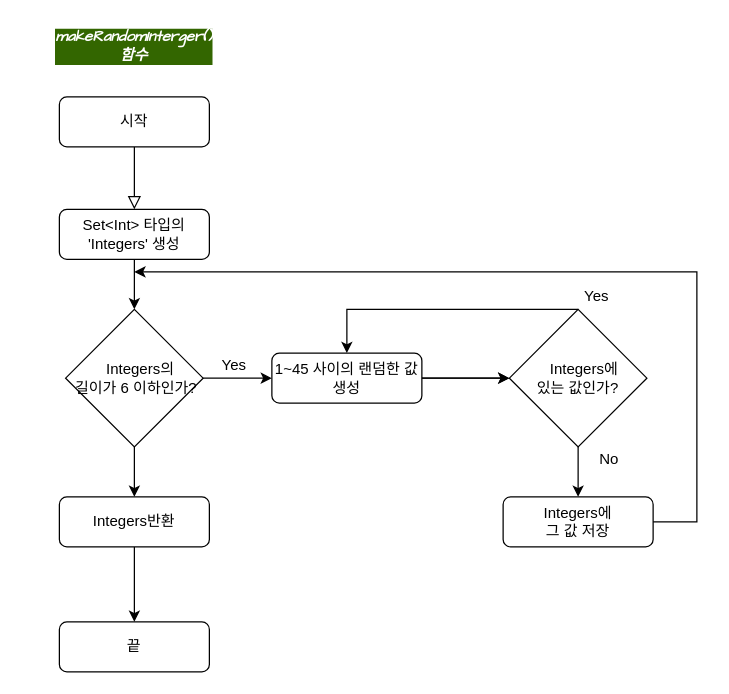
Earlier version of the draw.io diagram 무제.drawio (yagom-academy/swift-starter-Round2). Source tidied: cells renumbered, new cells numbered last; positions are measured from the earlier drawing's top-left corner, leaving out a move shared by most shapes. Both pictures are drawn from the tidied source at 125%, with x=0, y=0 at pixel (21, 21).
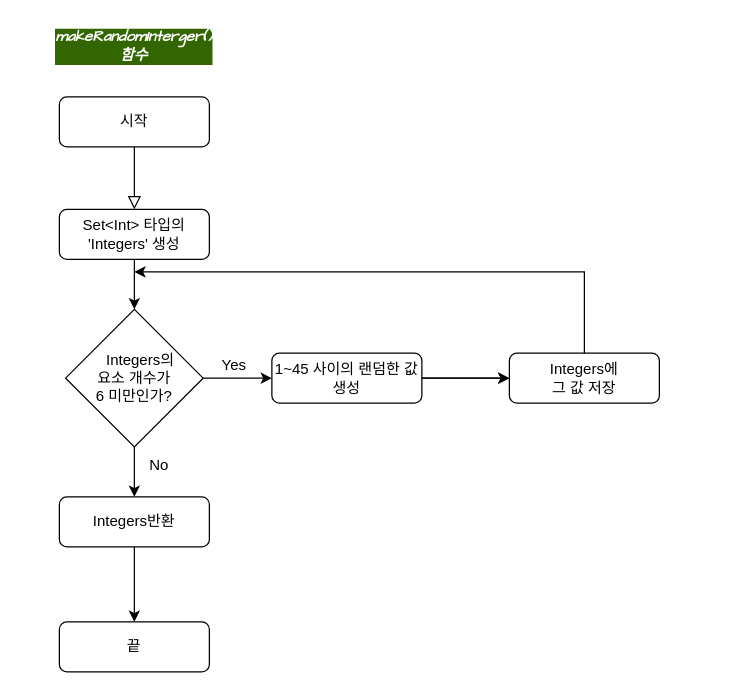
The same diagram, later.

Unchanged cells that the change refers to:
```xml
<mxCell id="7" value="1~45 사이의 랜덤한 값 생성" style="rounded=1;whiteSpace=wrap;html=1;fontSize=12;glass=0;strokeWidth=1;shadow=0;" parent="1" vertex="1">
  <mxGeometry x="200" y="265" width="120" height="40" as="geometry" />
</mxCell>
```

Change to the diagram source:
```diff
@@
-    <mxCell id="6" style="edgeStyle=orthogonalEdgeStyle;rounded=0;jettySize=auto;html=1;" parent="1" edge="1" source="7" target="17">
-      <mxGeometry relative="1" as="geometry" />
+    <mxCell id="6" style="edgeStyle=orthogonalEdgeStyle;rounded=0;jettySize=auto;html=1;" parent="1" edge="1" source="7">
+      <mxGeometry relative="1" as="geometry">
+        <mxPoint x="390" y="285" as="targetPoint" />
+      </mxGeometry>
     </mxCell>
@@
-    <mxCell id="10" value="&amp;nbsp; &amp;nbsp;Integers의&lt;br&gt;&amp;nbsp;길이가 6 이하인가?" style="rhombus;whiteSpace=wrap;html=1;" parent="1" vertex="1">
+    <mxCell id="10" value="&amp;nbsp; &amp;nbsp;Integers의&lt;br&gt;요소 개수가 &lt;br&gt;6 미만인가?" style="rhombus;whiteSpace=wrap;html=1;" parent="1" vertex="1">
       <mxGeometry x="35" y="230" width="110" height="110" as="geometry" />
     </mxCell>
@@
-    <mxCell id="16" style="endArrow=classic;html=1;rounded=0;entryX=0;entryY=0.5;entryDx=0;entryDy=0;exitX=1;exitY=0.5;exitDx=0;exitDy=0;" parent="1" edge="1" source="7" target="17">
-      <mxGeometry relative="1" as="geometry" />
+    <mxCell id="16" style="endArrow=classic;html=1;rounded=0;entryX=0;entryY=0.5;entryDx=0;entryDy=0;exitX=1;exitY=0.5;exitDx=0;exitDy=0;" parent="1" edge="1" source="7">
+      <mxGeometry relative="1" as="geometry">
+        <mxPoint x="390" y="285" as="targetPoint" />
+      </mxGeometry>
     </mxCell>
-    <mxCell id="17" value="&amp;nbsp; &amp;nbsp;Integers에&lt;br&gt;있는 값인가?" style="rhombus;whiteSpace=wrap;html=1;" parent="1" vertex="1">
-      <mxGeometry x="390" y="230" width="110" height="110" as="geometry" />
-    </mxCell>
-    <mxCell id="18" value="Yes" style="text;html=1;strokeColor=none;fillColor=none;align=center;verticalAlign=middle;whiteSpace=wrap;rounded=0;" parent="1" vertex="1">
-      <mxGeometry x="430" y="210" width="60" height="20" as="geometry" />
-    </mxCell>
-    <mxCell id="19" style="endArrow=classic;html=1;rounded=0;exitX=0.5;exitY=1;exitDx=0;exitDy=0;" parent="1" edge="1" source="17">
-      <mxGeometry relative="1" as="geometry">
-        <mxPoint x="445" y="380" as="targetPoint" />
-      </mxGeometry>
-    </mxCell>
-    <mxCell id="20" style="endArrow=classic;html=1;rounded=0;exitX=0.25;exitY=1;exitDx=0;exitDy=0;entryX=0.5;entryY=0;entryDx=0;entryDy=0;" parent="1" edge="1" source="18" target="7">
-      <mxGeometry relative="1" as="geometry">
-        <Array as="points">
-          <mxPoint x="260" y="230" />
-        </Array>
-      </mxGeometry>
-    </mxCell>
     <mxCell id="21" value="Integers에 &lt;br&gt;그 값 저장" style="rounded=1;whiteSpace=wrap;html=1;fontSize=12;glass=0;strokeWidth=1;shadow=0;" parent="1" vertex="1">
-      <mxGeometry x="385" y="380" width="120" height="40" as="geometry" />
+      <mxGeometry x="390" y="265" width="120" height="40" as="geometry" />
     </mxCell>
-    <mxCell id="22" style="endArrow=classic;html=1;rounded=0;exitX=1;exitY=0.5;exitDx=0;exitDy=0;" parent="1" edge="1" source="21">
-      <mxGeometry relative="1" as="geometry">
-        <mxPoint x="90" y="200" as="targetPoint" />
-        <Array as="points">
-          <mxPoint x="540" y="400" />
-          <mxPoint x="540" y="200" />
-        </Array>
-      </mxGeometry>
-    </mxCell>
+    <mxCell id="24" style="endArrow=classic;html=1;rounded=0;exitX=0.5;exitY=0;exitDx=0;exitDy=0;" parent="1" edge="1" source="21">
+      <mxGeometry relative="1" as="geometry">
+        <mxPoint x="90" y="200" as="targetPoint" />
+        <Array as="points">
+          <mxPoint x="450" y="200" />
+        </Array>
+      </mxGeometry>
+    </mxCell>
     <mxCell id="23" value="No" style="text;html=1;strokeColor=none;fillColor=none;align=center;verticalAlign=middle;whiteSpace=wrap;rounded=0;" parent="1" vertex="1">
-      <mxGeometry x="440" y="340" width="60" height="20" as="geometry" />
+      <mxGeometry x="80" y="340" width="60" height="30" as="geometry" />
     </mxCell>
```
